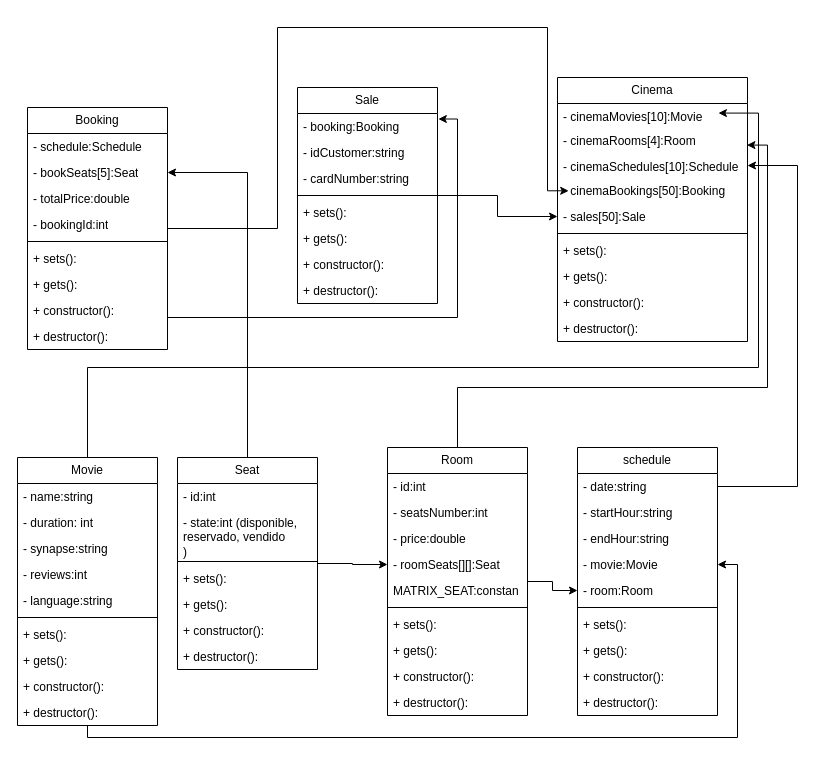
Fwolagos/prgra1_prjet_1 keeps this draw.io diagram as Documentos/Diagramas/cinema.drawio. Above is the earlier version. Source tidied: cells renumbered, new cells numbered last; positions are measured from the earlier drawing's top-left corner, leaving out a move shared by most shapes. Both pictures are drawn from the tidied source at 100%, with x=0, y=0 at pixel (17, 27).
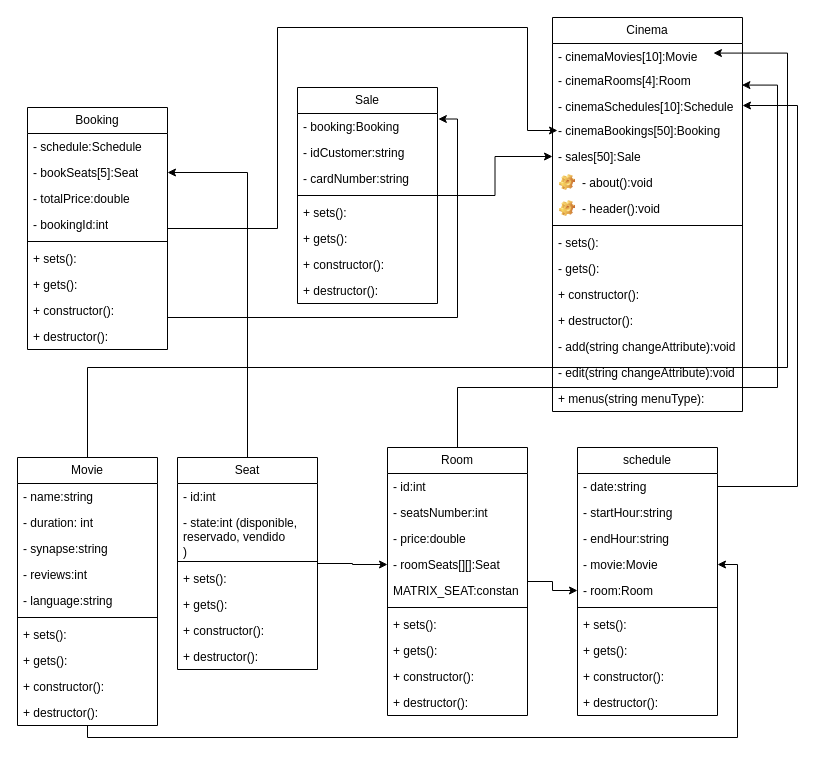
The same page after the edit.

The change refers to these unchanged cells:
```xml
<mxCell id="3" value="Movie" style="swimlane;fontStyle=0;horizontal=1;startSize=26;fillColor=none;whiteSpace=wrap;html=1;" parent="1" vertex="1">
  <mxGeometry y="430" width="140" height="268" as="geometry" />
</mxCell>
<mxCell id="25" value="Room" style="swimlane;fontStyle=0;horizontal=1;startSize=26;fillColor=none;whiteSpace=wrap;html=1;" parent="1" vertex="1">
  <mxGeometry x="370" y="420" width="140" height="268" as="geometry" />
</mxCell>
<mxCell id="37" value="- date:string" style="text;strokeColor=none;fillColor=none;align=left;verticalAlign=top;spacingLeft=4;spacingRight=4;overflow=hidden;points=[[0,0.5],[1,0.5]];portConstraint=eastwest;whiteSpace=wrap;html=1;" parent="36" vertex="1">
  <mxGeometry y="26" width="140" height="26" as="geometry" />
</mxCell>
<mxCell id="48" value="Booking" style="swimlane;fontStyle=0;horizontal=1;startSize=26;fillColor=none;whiteSpace=wrap;html=1;" parent="1" vertex="1">
  <mxGeometry x="10" y="80" width="140" height="242" as="geometry" />
</mxCell>
<mxCell id="70" value="- cinemaMovies[10]:Movie" style="text;strokeColor=none;fillColor=none;align=left;verticalAlign=top;spacingLeft=4;spacingRight=4;overflow=hidden;points=[[0,0.5],[1,0.5]];portConstraint=eastwest;whiteSpace=wrap;html=1;" parent="69" vertex="1">
  <mxGeometry y="26" width="190" height="24" as="geometry" />
</mxCell>
<mxCell id="72" value="- cinemaSchedules[10]:Schedule" style="text;strokeColor=none;fillColor=none;align=left;verticalAlign=top;spacingLeft=4;spacingRight=4;overflow=hidden;points=[[0,0.5],[1,0.5]];portConstraint=eastwest;whiteSpace=wrap;html=1;" parent="69" vertex="1">
  <mxGeometry y="76" width="190" height="24" as="geometry" />
</mxCell>
<mxCell id="73" value="- cinemaBookings[50]:Booking" style="text;strokeColor=none;fillColor=none;align=left;verticalAlign=top;spacingLeft=4;spacingRight=4;overflow=hidden;points=[[0,0.5],[1,0.5]];portConstraint=eastwest;whiteSpace=wrap;html=1;" parent="69" vertex="1">
  <mxGeometry y="100" width="190" height="26" as="geometry" />
</mxCell>
```

The edit, as a diff of the source:
```diff
@@
     <mxCell id="2" style="edgeStyle=orthogonalEdgeStyle;rounded=0;jettySize=auto;html=1;entryX=0.847;entryY=0.399;entryDx=0;entryDy=0;exitX=0.5;exitY=0;exitDx=0;exitDy=0;entryPerimeter=0;" parent="1" edge="1" source="3" target="70">
       <mxGeometry relative="1" as="geometry">
         <Array as="points">
           <mxPoint x="70" y="340" />
-          <mxPoint x="741" y="340" />
-          <mxPoint x="741" y="86" />
+          <mxPoint x="770" y="340" />
+          <mxPoint x="770" y="26" />
         </Array>
       </mxGeometry>
     </mxCell>
@@
     <mxCell id="69" value="Cinema" style="swimlane;fontStyle=0;horizontal=1;startSize=26;fillColor=none;whiteSpace=wrap;html=1;" parent="1" vertex="1">
-      <mxGeometry x="540" y="50" width="190" height="264" as="geometry" />
+      <mxGeometry x="535" y="-10" width="190" height="394" as="geometry" />
     </mxCell>
@@
+    <mxCell id="83" value="- about():void" style="label;fontStyle=0;strokeColor=none;fillColor=none;align=left;verticalAlign=top;overflow=hidden;spacingLeft=28;spacingRight=4;imageWidth=16;imageHeight=16;whiteSpace=wrap;html=1;image=img/clipart/Gear_128x128.png;" parent="69" vertex="1">
+      <mxGeometry y="152" width="190" height="26" as="geometry" />
+    </mxCell>
+    <mxCell id="84" value="- header():void" style="label;fontStyle=0;strokeColor=none;fillColor=none;align=left;verticalAlign=top;overflow=hidden;spacingLeft=28;spacingRight=4;imageWidth=16;imageHeight=16;whiteSpace=wrap;html=1;image=img/clipart/Gear_128x128.png;" parent="69" vertex="1">
+      <mxGeometry y="178" width="190" height="26" as="geometry" />
+    </mxCell>
     <mxCell id="75" style="line;strokeWidth=1;fillColor=none;align=left;verticalAlign=middle;spacingTop=-1;spacingLeft=3;spacingRight=3;labelPosition=right;strokeColor=inherit;" parent="69" vertex="1">
-      <mxGeometry y="152" width="190" height="8" as="geometry" />
+      <mxGeometry y="204" width="190" height="8" as="geometry" />
     </mxCell>
-    <mxCell id="76" value="+ sets():" style="text;strokeColor=none;fillColor=none;align=left;verticalAlign=top;spacingLeft=4;spacingRight=4;overflow=hidden;whiteSpace=wrap;html=1;" parent="69" vertex="1">
-      <mxGeometry y="160" width="190" height="26" as="geometry" />
+    <mxCell id="76" value="- sets():" style="text;strokeColor=none;fillColor=none;align=left;verticalAlign=top;spacingLeft=4;spacingRight=4;overflow=hidden;whiteSpace=wrap;html=1;" parent="69" vertex="1">
+      <mxGeometry y="212" width="190" height="26" as="geometry" />
     </mxCell>
-    <mxCell id="77" value="+ gets():" style="text;strokeColor=none;fillColor=none;align=left;verticalAlign=top;spacingLeft=4;spacingRight=4;overflow=hidden;whiteSpace=wrap;html=1;" parent="69" vertex="1">
-      <mxGeometry y="186" width="190" height="26" as="geometry" />
+    <mxCell id="77" value="- gets():" style="text;strokeColor=none;fillColor=none;align=left;verticalAlign=top;spacingLeft=4;spacingRight=4;overflow=hidden;whiteSpace=wrap;html=1;" parent="69" vertex="1">
+      <mxGeometry y="238" width="190" height="26" as="geometry" />
     </mxCell>
     <mxCell id="78" value="+ constructor():" style="text;strokeColor=none;fillColor=none;align=left;verticalAlign=top;spacingLeft=4;spacingRight=4;overflow=hidden;whiteSpace=wrap;html=1;" parent="69" vertex="1">
-      <mxGeometry y="212" width="190" height="26" as="geometry" />
+      <mxGeometry y="264" width="190" height="26" as="geometry" />
     </mxCell>
     <mxCell id="79" value="+ destructor():" style="text;strokeColor=none;fillColor=none;align=left;verticalAlign=top;spacingLeft=4;spacingRight=4;overflow=hidden;whiteSpace=wrap;html=1;" parent="69" vertex="1">
-      <mxGeometry y="238" width="190" height="26" as="geometry" />
+      <mxGeometry y="290" width="190" height="26" as="geometry" />
     </mxCell>
+    <mxCell id="85" value="- add(string changeAttribute):void" style="text;strokeColor=none;fillColor=none;align=left;verticalAlign=top;spacingLeft=4;spacingRight=4;overflow=hidden;whiteSpace=wrap;html=1;" parent="69" vertex="1">
+      <mxGeometry y="316" width="190" height="26" as="geometry" />
+    </mxCell>
+    <mxCell id="86" value="- edit(string changeAttribute):void" style="text;strokeColor=none;fillColor=none;align=left;verticalAlign=top;spacingLeft=4;spacingRight=4;overflow=hidden;whiteSpace=wrap;html=1;" parent="69" vertex="1">
+      <mxGeometry y="342" width="190" height="26" as="geometry" />
+    </mxCell>
+    <mxCell id="87" value="+ menus(string menuType):" style="text;strokeColor=none;fillColor=none;align=left;verticalAlign=top;spacingLeft=4;spacingRight=4;overflow=hidden;whiteSpace=wrap;html=1;" parent="69" vertex="1">
+      <mxGeometry y="368" width="190" height="26" as="geometry" />
+    </mxCell>
     <mxCell id="80" style="edgeStyle=orthogonalEdgeStyle;rounded=0;jettySize=auto;html=1;entryX=0.997;entryY=-0.351;entryDx=0;entryDy=0;entryPerimeter=0;" parent="1" edge="1" source="25" target="72">
       <mxGeometry relative="1" as="geometry">
         <Array as="points">
           <mxPoint x="440" y="360" />
-          <mxPoint x="750" y="360" />
-          <mxPoint x="750" y="118" />
+          <mxPoint x="760" y="360" />
+          <mxPoint x="760" y="58" />
         </Array>
       </mxGeometry>
     </mxCell>
-    <mxCell id="81" style="edgeStyle=orthogonalEdgeStyle;rounded=0;jettySize=auto;html=1;entryX=0.059;entryY=0.511;entryDx=0;entryDy=0;entryPerimeter=0;" parent="1" edge="1" source="48" target="73">
+    <mxCell id="81" style="edgeStyle=orthogonalEdgeStyle;rounded=0;jettySize=auto;html=1;" parent="1" edge="1" source="48">
       <mxGeometry relative="1" as="geometry">
+        <mxPoint x="540" y="103" as="targetPoint" />
         <Array as="points">
           <mxPoint x="260" y="201" />
           <mxPoint x="260" />
-          <mxPoint x="530" />
-          <mxPoint x="530" y="163" />
+          <mxPoint x="510" />
+          <mxPoint x="510" y="103" />
         </Array>
       </mxGeometry>
     </mxCell>
     <mxCell id="82" style="edgeStyle=orthogonalEdgeStyle;rounded=0;jettySize=auto;html=1;entryX=1;entryY=0.5;entryDx=0;entryDy=0;" parent="1" edge="1" source="37" target="72">
       <mxGeometry relative="1" as="geometry">
         <Array as="points">
           <mxPoint x="780" y="459" />
-          <mxPoint x="780" y="138" />
+          <mxPoint x="780" y="78" />
         </Array>
       </mxGeometry>
     </mxCell>
```
